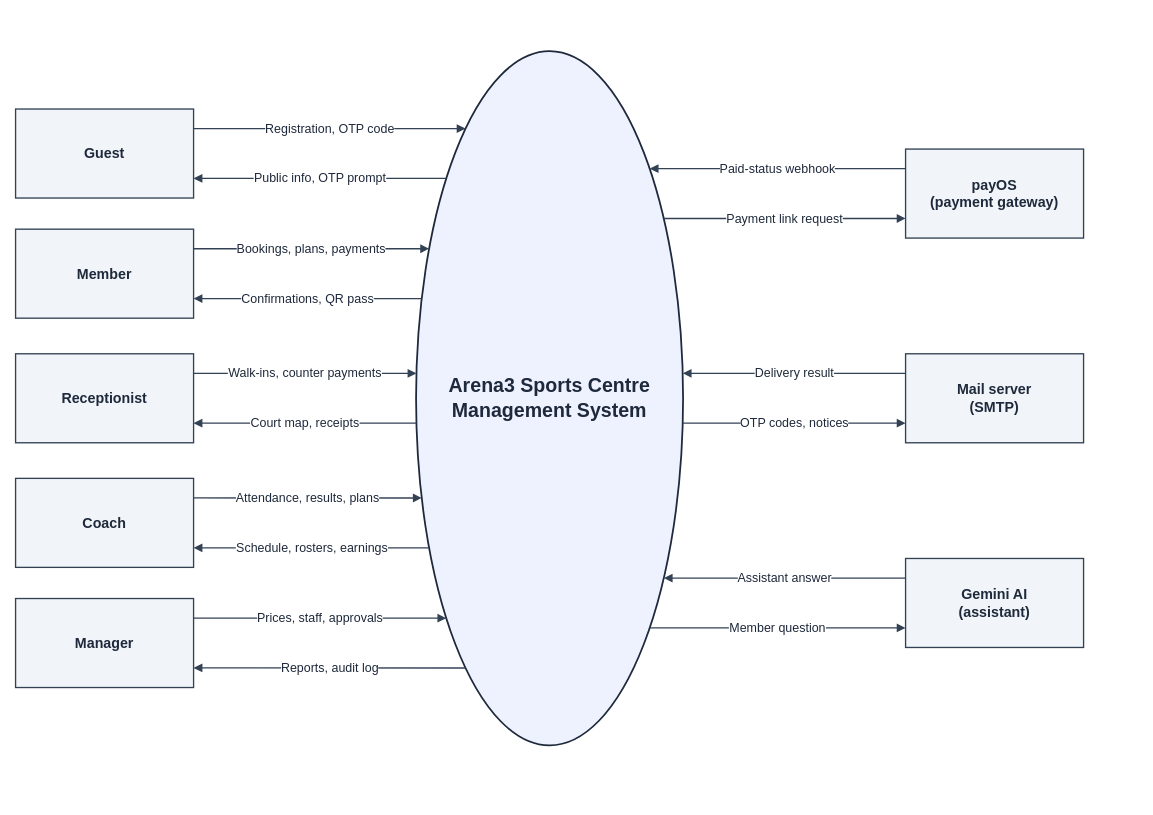
Above: docs/diagrams/srs/01-context-diagram.drawio in facingshootingstar/Arena3 (draw.io), before the change. Source tidied: cells renumbered, new cells numbered last; positions are measured from the earlier drawing's top-left corner, leaving out a move shared by most shapes. Both pictures are drawn from the tidied source at 89%, with x=0, y=0 at pixel (15, 51).
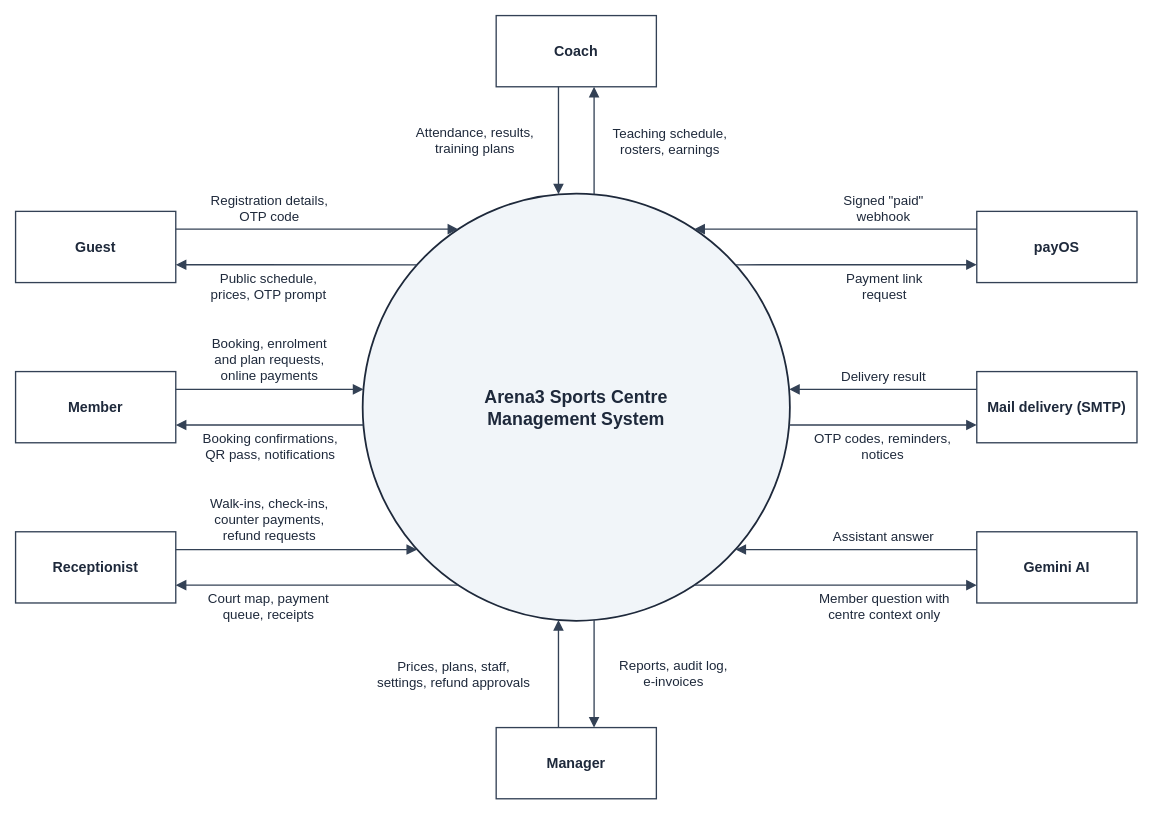
The same diagram, later.

Diff of the diagram source:
```diff
@@
-    <mxCell id="2" value="Arena3 Sports Centre&lt;br&gt;Management System" style="ellipse;whiteSpace=wrap;html=1;fillColor=#eef2ff;strokeColor=#1e293b;strokeWidth=2;fontFamily=Helvetica;fontSize=22;fontStyle=1;fontColor=#1e293b;" parent="1" vertex="1">
-      <mxGeometry x="450" width="300" height="780" as="geometry" />
+    <mxCell id="2" value="Arena3 Sports Centre&lt;br&gt;Management System" style="ellipse;whiteSpace=wrap;html=1;fillColor=#f1f5f9;strokeColor=#1e293b;strokeWidth=2;fontFamily=Helvetica;fontSize=20;fontStyle=1;fontColor=#1e293b;" parent="1" vertex="1">
+      <mxGeometry x="390" y="160" width="480" height="480" as="geometry" />
     </mxCell>
-    <mxCell id="3" value="Guest" style="rounded=0;whiteSpace=wrap;html=1;fillColor=#f1f5f9;strokeColor=#334155;strokeWidth=1.5;fontFamily=Helvetica;fontSize=16;fontStyle=1;fontColor=#1e293b;" parent="1" vertex="1">
-      <mxGeometry y="65" width="200" height="100" as="geometry" />
+    <mxCell id="3" value="Guest" style="rounded=0;whiteSpace=wrap;html=1;fillColor=#ffffff;strokeColor=#334155;strokeWidth=1.5;fontFamily=Helvetica;fontSize=16;fontStyle=1;fontColor=#1e293b;" parent="1" vertex="1">
+      <mxGeometry y="180" width="180" height="80" as="geometry" />
     </mxCell>
-    <mxCell id="4" value="Registration, OTP code" style="endArrow=block;endFill=1;html=1;rounded=0;edgeStyle=none;strokeColor=#334155;strokeWidth=1.5;fontFamily=Helvetica;fontSize=14;fontColor=#1e293b;labelBackgroundColor=#ffffff;exitX=1.0000;exitY=0.2200;exitDx=0;exitDy=0;exitPerimeter=0;entryX=0.1852;entryY=0.1115;entryDx=0;entryDy=0;entryPerimeter=0;" parent="1" edge="1" source="3" target="2">
-      <mxGeometry relative="1" as="geometry" />
+    <mxCell id="4" value="Registration details,&lt;br&gt;OTP code" style="endArrow=block;endFill=1;endSize=8;html=1;rounded=0;edgeStyle=none;strokeColor=#334155;strokeWidth=1.5;fontFamily=Helvetica;fontSize=15;fontColor=#1e293b;labelBackgroundColor=#ffffff;exitX=1.0000;exitY=0.2500;exitDx=0;exitDy=0;exitPerimeter=0;entryX=0.2236;entryY=0.0833;entryDx=0;entryDy=0;entryPerimeter=0;" parent="1" edge="1" source="3" target="2">
+      <mxGeometry relative="1" as="geometry">
+        <mxPoint x="-54" y="-24" as="offset" />
+      </mxGeometry>
     </mxCell>
-    <mxCell id="5" value="Public info, OTP prompt" style="endArrow=block;endFill=1;html=1;rounded=0;edgeStyle=none;strokeColor=#334155;strokeWidth=1.5;fontFamily=Helvetica;fontSize=14;fontColor=#1e293b;labelBackgroundColor=#ffffff;exitX=0.1131;exitY=0.1833;exitDx=0;exitDy=0;exitPerimeter=0;entryX=1.0000;entryY=0.7800;entryDx=0;entryDy=0;entryPerimeter=0;" parent="1" edge="1" source="2" target="3">
-      <mxGeometry relative="1" as="geometry" />
+    <mxCell id="5" value="Public schedule,&lt;br&gt;prices, OTP prompt" style="endArrow=block;endFill=1;endSize=8;html=1;rounded=0;edgeStyle=none;strokeColor=#334155;strokeWidth=1.5;fontFamily=Helvetica;fontSize=15;fontColor=#1e293b;labelBackgroundColor=#ffffff;exitX=0.1273;exitY=0.1667;exitDx=0;exitDy=0;exitPerimeter=0;entryX=1.0000;entryY=0.7500;entryDx=0;entryDy=0;entryPerimeter=0;" parent="1" edge="1" source="2" target="3">
+      <mxGeometry relative="1" as="geometry">
+        <mxPoint x="-31" y="24" as="offset" />
+      </mxGeometry>
     </mxCell>
-    <mxCell id="6" value="Member" style="rounded=0;whiteSpace=wrap;html=1;fillColor=#f1f5f9;strokeColor=#334155;strokeWidth=1.5;fontFamily=Helvetica;fontSize=16;fontStyle=1;fontColor=#1e293b;" parent="1" vertex="1">
-      <mxGeometry y="200" width="200" height="100" as="geometry" />
+    <mxCell id="6" value="Member" style="rounded=0;whiteSpace=wrap;html=1;fillColor=#ffffff;strokeColor=#334155;strokeWidth=1.5;fontFamily=Helvetica;fontSize=16;fontStyle=1;fontColor=#1e293b;" parent="1" vertex="1">
+      <mxGeometry y="360" width="180" height="80" as="geometry" />
     </mxCell>
-    <mxCell id="7" value="Bookings, plans, payments" style="endArrow=block;endFill=1;html=1;rounded=0;edgeStyle=none;strokeColor=#334155;strokeWidth=1.5;fontFamily=Helvetica;fontSize=14;fontColor=#1e293b;labelBackgroundColor=#ffffff;exitX=1.0000;exitY=0.2200;exitDx=0;exitDy=0;exitPerimeter=0;entryX=0.0488;entryY=0.2846;entryDx=0;entryDy=0;entryPerimeter=0;" parent="1" edge="1" source="6" target="2">
-      <mxGeometry relative="1" as="geometry" />
+    <mxCell id="7" value="Booking, enrolment&lt;br&gt;and plan requests,&lt;br&gt;online payments" style="endArrow=block;endFill=1;endSize=8;html=1;rounded=0;edgeStyle=none;strokeColor=#334155;strokeWidth=1.5;fontFamily=Helvetica;fontSize=15;fontColor=#1e293b;labelBackgroundColor=#ffffff;exitX=1.0000;exitY=0.2500;exitDx=0;exitDy=0;exitPerimeter=0;entryX=0.0017;entryY=0.4583;entryDx=0;entryDy=0;entryPerimeter=0;" parent="1" edge="1" source="6" target="2">
+      <mxGeometry relative="1" as="geometry">
+        <mxPoint y="-34" as="offset" />
+      </mxGeometry>
     </mxCell>
-    <mxCell id="8" value="Confirmations, QR pass" style="endArrow=block;endFill=1;html=1;rounded=0;edgeStyle=none;strokeColor=#334155;strokeWidth=1.5;fontFamily=Helvetica;fontSize=14;fontColor=#1e293b;labelBackgroundColor=#ffffff;exitX=0.0211;exitY=0.3564;exitDx=0;exitDy=0;exitPerimeter=0;entryX=1.0000;entryY=0.7800;entryDx=0;entryDy=0;entryPerimeter=0;" parent="1" edge="1" source="2" target="6">
-      <mxGeometry relative="1" as="geometry" />
+    <mxCell id="8" value="Booking confirmations,&lt;br&gt;QR pass, notifications" style="endArrow=block;endFill=1;endSize=8;html=1;rounded=0;edgeStyle=none;strokeColor=#334155;strokeWidth=1.5;fontFamily=Helvetica;fontSize=15;fontColor=#1e293b;labelBackgroundColor=#ffffff;exitX=0.0017;exitY=0.5417;exitDx=0;exitDy=0;exitPerimeter=0;entryX=1.0000;entryY=0.7500;entryDx=0;entryDy=0;entryPerimeter=0;" parent="1" edge="1" source="2" target="6">
+      <mxGeometry relative="1" as="geometry">
+        <mxPoint y="24" as="offset" />
+      </mxGeometry>
     </mxCell>
-    <mxCell id="9" value="Receptionist" style="rounded=0;whiteSpace=wrap;html=1;fillColor=#f1f5f9;strokeColor=#334155;strokeWidth=1.5;fontFamily=Helvetica;fontSize=16;fontStyle=1;fontColor=#1e293b;" parent="1" vertex="1">
-      <mxGeometry y="340" width="200" height="100" as="geometry" />
+    <mxCell id="9" value="Receptionist" style="rounded=0;whiteSpace=wrap;html=1;fillColor=#ffffff;strokeColor=#334155;strokeWidth=1.5;fontFamily=Helvetica;fontSize=16;fontStyle=1;fontColor=#1e293b;" parent="1" vertex="1">
+      <mxGeometry y="540" width="180" height="80" as="geometry" />
     </mxCell>
-    <mxCell id="10" value="Walk-ins, counter payments" style="endArrow=block;endFill=1;html=1;rounded=0;edgeStyle=none;strokeColor=#334155;strokeWidth=1.5;fontFamily=Helvetica;fontSize=14;fontColor=#1e293b;labelBackgroundColor=#ffffff;exitX=1.0000;exitY=0.2200;exitDx=0;exitDy=0;exitPerimeter=0;entryX=0.0013;entryY=0.4641;entryDx=0;entryDy=0;entryPerimeter=0;" parent="1" edge="1" source="9" target="2">
-      <mxGeometry relative="1" as="geometry" />
+    <mxCell id="10" value="Walk-ins, check-ins,&lt;br&gt;counter payments,&lt;br&gt;refund requests" style="endArrow=block;endFill=1;endSize=8;html=1;rounded=0;edgeStyle=none;strokeColor=#334155;strokeWidth=1.5;fontFamily=Helvetica;fontSize=15;fontColor=#1e293b;labelBackgroundColor=#ffffff;exitX=1.0000;exitY=0.2500;exitDx=0;exitDy=0;exitPerimeter=0;entryX=0.1273;entryY=0.8333;entryDx=0;entryDy=0;entryPerimeter=0;" parent="1" edge="1" source="9" target="2">
+      <mxGeometry relative="1" as="geometry">
+        <mxPoint x="-31" y="-34" as="offset" />
+      </mxGeometry>
     </mxCell>
-    <mxCell id="11" value="Court map, receipts" style="endArrow=block;endFill=1;html=1;rounded=0;edgeStyle=none;strokeColor=#334155;strokeWidth=1.5;fontFamily=Helvetica;fontSize=14;fontColor=#1e293b;labelBackgroundColor=#ffffff;exitX=0.0013;exitY=0.5359;exitDx=0;exitDy=0;exitPerimeter=0;entryX=1.0000;entryY=0.7800;entryDx=0;entryDy=0;entryPerimeter=0;" parent="1" edge="1" source="2" target="9">
-      <mxGeometry relative="1" as="geometry" />
+    <mxCell id="11" value="Court map, payment&lt;br&gt;queue, receipts" style="endArrow=block;endFill=1;endSize=8;html=1;rounded=0;edgeStyle=none;strokeColor=#334155;strokeWidth=1.5;fontFamily=Helvetica;fontSize=15;fontColor=#1e293b;labelBackgroundColor=#ffffff;exitX=0.2236;exitY=0.9167;exitDx=0;exitDy=0;exitPerimeter=0;entryX=1.0000;entryY=0.7500;entryDx=0;entryDy=0;entryPerimeter=0;" parent="1" edge="1" source="2" target="9">
+      <mxGeometry relative="1" as="geometry">
+        <mxPoint x="-54" y="24" as="offset" />
+      </mxGeometry>
     </mxCell>
-    <mxCell id="12" value="Coach" style="rounded=0;whiteSpace=wrap;html=1;fillColor=#f1f5f9;strokeColor=#334155;strokeWidth=1.5;fontFamily=Helvetica;fontSize=16;fontStyle=1;fontColor=#1e293b;" parent="1" vertex="1">
-      <mxGeometry y="480" width="200" height="100" as="geometry" />
+    <mxCell id="12" value="Coach" style="rounded=0;whiteSpace=wrap;html=1;fillColor=#ffffff;strokeColor=#334155;strokeWidth=1.5;fontFamily=Helvetica;fontSize=16;fontStyle=1;fontColor=#1e293b;" parent="1" vertex="1">
+      <mxGeometry x="540" y="-40" width="180" height="80" as="geometry" />
     </mxCell>
-    <mxCell id="13" value="Attendance, results, plans" style="endArrow=block;endFill=1;html=1;rounded=0;edgeStyle=none;strokeColor=#334155;strokeWidth=1.5;fontFamily=Helvetica;fontSize=14;fontColor=#1e293b;labelBackgroundColor=#ffffff;exitX=1.0000;exitY=0.2200;exitDx=0;exitDy=0;exitPerimeter=0;entryX=0.0211;entryY=0.6436;entryDx=0;entryDy=0;entryPerimeter=0;" parent="1" edge="1" source="12" target="2">
-      <mxGeometry relative="1" as="geometry" />
+    <mxCell id="13" value="Attendance, results,&lt;br&gt;training plans" style="endArrow=block;endFill=1;endSize=8;html=1;rounded=0;edgeStyle=none;strokeColor=#334155;strokeWidth=1.5;fontFamily=Helvetica;fontSize=15;fontColor=#1e293b;labelBackgroundColor=#ffffff;exitX=0.3889;exitY=1.0000;exitDx=0;exitDy=0;exitPerimeter=0;entryX=0.4583;entryY=0.0017;entryDx=0;entryDy=0;entryPerimeter=0;" parent="1" edge="1" source="12" target="2">
+      <mxGeometry relative="1" as="geometry">
+        <mxPoint x="-94" as="offset" />
+      </mxGeometry>
     </mxCell>
-    <mxCell id="14" value="Schedule, rosters, earnings" style="endArrow=block;endFill=1;html=1;rounded=0;edgeStyle=none;strokeColor=#334155;strokeWidth=1.5;fontFamily=Helvetica;fontSize=14;fontColor=#1e293b;labelBackgroundColor=#ffffff;exitX=0.0488;exitY=0.7154;exitDx=0;exitDy=0;exitPerimeter=0;entryX=1.0000;entryY=0.7800;entryDx=0;entryDy=0;entryPerimeter=0;" parent="1" edge="1" source="2" target="12">
-      <mxGeometry relative="1" as="geometry" />
+    <mxCell id="14" value="Teaching schedule,&lt;br&gt;rosters, earnings" style="endArrow=block;endFill=1;endSize=8;html=1;rounded=0;edgeStyle=none;strokeColor=#334155;strokeWidth=1.5;fontFamily=Helvetica;fontSize=15;fontColor=#1e293b;labelBackgroundColor=#ffffff;exitX=0.5417;exitY=0.0017;exitDx=0;exitDy=0;exitPerimeter=0;entryX=0.6111;entryY=1.0000;entryDx=0;entryDy=0;entryPerimeter=0;" parent="1" edge="1" source="2" target="12">
+      <mxGeometry relative="1" as="geometry">
+        <mxPoint x="85" as="offset" />
+      </mxGeometry>
     </mxCell>
-    <mxCell id="15" value="Manager" style="rounded=0;whiteSpace=wrap;html=1;fillColor=#f1f5f9;strokeColor=#334155;strokeWidth=1.5;fontFamily=Helvetica;fontSize=16;fontStyle=1;fontColor=#1e293b;" parent="1" vertex="1">
-      <mxGeometry y="615" width="200" height="100" as="geometry" />
+    <mxCell id="15" value="Manager" style="rounded=0;whiteSpace=wrap;html=1;fillColor=#ffffff;strokeColor=#334155;strokeWidth=1.5;fontFamily=Helvetica;fontSize=16;fontStyle=1;fontColor=#1e293b;" parent="1" vertex="1">
+      <mxGeometry x="540" y="760" width="180" height="80" as="geometry" />
     </mxCell>
-    <mxCell id="16" value="Prices, staff, approvals" style="endArrow=block;endFill=1;html=1;rounded=0;edgeStyle=none;strokeColor=#334155;strokeWidth=1.5;fontFamily=Helvetica;fontSize=14;fontColor=#1e293b;labelBackgroundColor=#ffffff;exitX=1.0000;exitY=0.2200;exitDx=0;exitDy=0;exitPerimeter=0;entryX=0.1131;entryY=0.8167;entryDx=0;entryDy=0;entryPerimeter=0;" parent="1" edge="1" source="15" target="2">
-      <mxGeometry relative="1" as="geometry" />
+    <mxCell id="16" value="Prices, plans, staff,&lt;br&gt;settings, refund approvals" style="endArrow=block;endFill=1;endSize=8;html=1;rounded=0;edgeStyle=none;strokeColor=#334155;strokeWidth=1.5;fontFamily=Helvetica;fontSize=15;fontColor=#1e293b;labelBackgroundColor=#ffffff;exitX=0.3889;exitY=0.0000;exitDx=0;exitDy=0;exitPerimeter=0;entryX=0.4583;entryY=0.9983;entryDx=0;entryDy=0;entryPerimeter=0;" parent="1" edge="1" source="15" target="2">
+      <mxGeometry relative="1" as="geometry">
+        <mxPoint x="-118" as="offset" />
+      </mxGeometry>
     </mxCell>
-    <mxCell id="17" value="Reports, audit log" style="endArrow=block;endFill=1;html=1;rounded=0;edgeStyle=none;strokeColor=#334155;strokeWidth=1.5;fontFamily=Helvetica;fontSize=14;fontColor=#1e293b;labelBackgroundColor=#ffffff;exitX=0.1852;exitY=0.8885;exitDx=0;exitDy=0;exitPerimeter=0;entryX=1.0000;entryY=0.7800;entryDx=0;entryDy=0;entryPerimeter=0;" parent="1" edge="1" source="2" target="15">
-      <mxGeometry relative="1" as="geometry" />
+    <mxCell id="17" value="Reports, audit log,&lt;br&gt;e-invoices" style="endArrow=block;endFill=1;endSize=8;html=1;rounded=0;edgeStyle=none;strokeColor=#334155;strokeWidth=1.5;fontFamily=Helvetica;fontSize=15;fontColor=#1e293b;labelBackgroundColor=#ffffff;exitX=0.5417;exitY=0.9983;exitDx=0;exitDy=0;exitPerimeter=0;entryX=0.6111;entryY=0.0000;entryDx=0;entryDy=0;entryPerimeter=0;" parent="1" edge="1" source="2" target="15">
+      <mxGeometry relative="1" as="geometry">
+        <mxPoint x="89" as="offset" />
+      </mxGeometry>
     </mxCell>
-    <mxCell id="18" value="payOS&lt;br&gt;(payment gateway)" style="rounded=0;whiteSpace=wrap;html=1;fillColor=#f1f5f9;strokeColor=#334155;strokeWidth=1.5;fontFamily=Helvetica;fontSize=16;fontStyle=1;fontColor=#1e293b;" parent="1" vertex="1">
-      <mxGeometry x="1000" y="110" width="200" height="100" as="geometry" />
+    <mxCell id="18" value="payOS" style="rounded=0;whiteSpace=wrap;html=1;fillColor=#ffffff;strokeColor=#334155;strokeWidth=1.5;fontFamily=Helvetica;fontSize=16;fontStyle=1;fontColor=#1e293b;" parent="1" vertex="1">
+      <mxGeometry x="1080" y="180" width="180" height="80" as="geometry" />
     </mxCell>
-    <mxCell id="19" value="Paid-status webhook" style="endArrow=block;endFill=1;html=1;rounded=0;edgeStyle=none;strokeColor=#334155;strokeWidth=1.5;fontFamily=Helvetica;fontSize=14;fontColor=#1e293b;labelBackgroundColor=#ffffff;exitX=0.0000;exitY=0.2200;exitDx=0;exitDy=0;exitPerimeter=0;entryX=0.8750;entryY=0.1692;entryDx=0;entryDy=0;entryPerimeter=0;" parent="1" edge="1" source="18" target="2">
-      <mxGeometry relative="1" as="geometry" />
+    <mxCell id="19" value="Signed &amp;quot;paid&amp;quot;&lt;br&gt;webhook" style="endArrow=block;endFill=1;endSize=8;html=1;rounded=0;edgeStyle=none;strokeColor=#334155;strokeWidth=1.5;fontFamily=Helvetica;fontSize=15;fontColor=#1e293b;labelBackgroundColor=#ffffff;exitX=0.0000;exitY=0.2500;exitDx=0;exitDy=0;exitPerimeter=0;entryX=0.7764;entryY=0.0833;entryDx=0;entryDy=0;entryPerimeter=0;" parent="1" edge="1" source="18" target="2">
+      <mxGeometry relative="1" as="geometry">
+        <mxPoint x="54" y="-24" as="offset" />
+      </mxGeometry>
     </mxCell>
-    <mxCell id="20" value="Payment link request" style="endArrow=block;endFill=1;html=1;rounded=0;edgeStyle=none;strokeColor=#334155;strokeWidth=1.5;fontFamily=Helvetica;fontSize=14;fontColor=#1e293b;labelBackgroundColor=#ffffff;exitX=0.9277;exitY=0.2410;exitDx=0;exitDy=0;exitPerimeter=0;entryX=0.0000;entryY=0.7800;entryDx=0;entryDy=0;entryPerimeter=0;" parent="1" edge="1" source="2" target="18">
-      <mxGeometry relative="1" as="geometry" />
+    <mxCell id="20" value="Payment link&lt;br&gt;request" style="endArrow=block;endFill=1;endSize=8;html=1;rounded=0;edgeStyle=none;strokeColor=#334155;strokeWidth=1.5;fontFamily=Helvetica;fontSize=15;fontColor=#1e293b;labelBackgroundColor=#ffffff;exitX=0.8727;exitY=0.1667;exitDx=0;exitDy=0;exitPerimeter=0;entryX=0.0000;entryY=0.7500;entryDx=0;entryDy=0;entryPerimeter=0;" parent="1" edge="1" source="2" target="18">
+      <mxGeometry relative="1" as="geometry">
+        <mxPoint x="31" y="24" as="offset" />
+      </mxGeometry>
     </mxCell>
-    <mxCell id="21" value="Mail server&lt;br&gt;(SMTP)" style="rounded=0;whiteSpace=wrap;html=1;fillColor=#f1f5f9;strokeColor=#334155;strokeWidth=1.5;fontFamily=Helvetica;fontSize=16;fontStyle=1;fontColor=#1e293b;" parent="1" vertex="1">
-      <mxGeometry x="1000" y="340" width="200" height="100" as="geometry" />
+    <mxCell id="21" value="Mail delivery (SMTP)" style="rounded=0;whiteSpace=wrap;html=1;fillColor=#ffffff;strokeColor=#334155;strokeWidth=1.5;fontFamily=Helvetica;fontSize=16;fontStyle=1;fontColor=#1e293b;" parent="1" vertex="1">
+      <mxGeometry x="1080" y="360" width="180" height="80" as="geometry" />
     </mxCell>
-    <mxCell id="22" value="Delivery result" style="endArrow=block;endFill=1;html=1;rounded=0;edgeStyle=none;strokeColor=#334155;strokeWidth=1.5;fontFamily=Helvetica;fontSize=14;fontColor=#1e293b;labelBackgroundColor=#ffffff;exitX=0.0000;exitY=0.2200;exitDx=0;exitDy=0;exitPerimeter=0;entryX=0.9987;entryY=0.4641;entryDx=0;entryDy=0;entryPerimeter=0;" parent="1" edge="1" source="21" target="2">
-      <mxGeometry relative="1" as="geometry" />
+    <mxCell id="22" value="Delivery result" style="endArrow=block;endFill=1;endSize=8;html=1;rounded=0;edgeStyle=none;strokeColor=#334155;strokeWidth=1.5;fontFamily=Helvetica;fontSize=15;fontColor=#1e293b;labelBackgroundColor=#ffffff;exitX=0.0000;exitY=0.2500;exitDx=0;exitDy=0;exitPerimeter=0;entryX=0.9983;entryY=0.4583;entryDx=0;entryDy=0;entryPerimeter=0;" parent="1" edge="1" source="21" target="2">
+      <mxGeometry relative="1" as="geometry">
+        <mxPoint y="-15" as="offset" />
+      </mxGeometry>
     </mxCell>
-    <mxCell id="23" value="OTP codes, notices" style="endArrow=block;endFill=1;html=1;rounded=0;edgeStyle=none;strokeColor=#334155;strokeWidth=1.5;fontFamily=Helvetica;fontSize=14;fontColor=#1e293b;labelBackgroundColor=#ffffff;exitX=0.9987;exitY=0.5359;exitDx=0;exitDy=0;exitPerimeter=0;entryX=0.0000;entryY=0.7800;entryDx=0;entryDy=0;entryPerimeter=0;" parent="1" edge="1" source="2" target="21">
-      <mxGeometry relative="1" as="geometry" />
+    <mxCell id="23" value="OTP codes, reminders,&lt;br&gt;notices" style="endArrow=block;endFill=1;endSize=8;html=1;rounded=0;edgeStyle=none;strokeColor=#334155;strokeWidth=1.5;fontFamily=Helvetica;fontSize=15;fontColor=#1e293b;labelBackgroundColor=#ffffff;exitX=0.9983;exitY=0.5417;exitDx=0;exitDy=0;exitPerimeter=0;entryX=0.0000;entryY=0.7500;entryDx=0;entryDy=0;entryPerimeter=0;" parent="1" edge="1" source="2" target="21">
+      <mxGeometry relative="1" as="geometry">
+        <mxPoint y="24" as="offset" />
+      </mxGeometry>
     </mxCell>
-    <mxCell id="24" value="Gemini AI&lt;br&gt;(assistant)" style="rounded=0;whiteSpace=wrap;html=1;fillColor=#f1f5f9;strokeColor=#334155;strokeWidth=1.5;fontFamily=Helvetica;fontSize=16;fontStyle=1;fontColor=#1e293b;" parent="1" vertex="1">
-      <mxGeometry x="1000" y="570" width="200" height="100" as="geometry" />
+    <mxCell id="24" value="Gemini AI" style="rounded=0;whiteSpace=wrap;html=1;fillColor=#ffffff;strokeColor=#334155;strokeWidth=1.5;fontFamily=Helvetica;fontSize=16;fontStyle=1;fontColor=#1e293b;" parent="1" vertex="1">
+      <mxGeometry x="1080" y="540" width="180" height="80" as="geometry" />
     </mxCell>
-    <mxCell id="25" value="Assistant answer" style="endArrow=block;endFill=1;html=1;rounded=0;edgeStyle=none;strokeColor=#334155;strokeWidth=1.5;fontFamily=Helvetica;fontSize=14;fontColor=#1e293b;labelBackgroundColor=#ffffff;exitX=0.0000;exitY=0.2200;exitDx=0;exitDy=0;exitPerimeter=0;entryX=0.9277;entryY=0.7590;entryDx=0;entryDy=0;entryPerimeter=0;" parent="1" edge="1" source="24" target="2">
-      <mxGeometry relative="1" as="geometry" />
+    <mxCell id="25" value="Assistant answer" style="endArrow=block;endFill=1;endSize=8;html=1;rounded=0;edgeStyle=none;strokeColor=#334155;strokeWidth=1.5;fontFamily=Helvetica;fontSize=15;fontColor=#1e293b;labelBackgroundColor=#ffffff;exitX=0.0000;exitY=0.2500;exitDx=0;exitDy=0;exitPerimeter=0;entryX=0.8727;entryY=0.8333;entryDx=0;entryDy=0;entryPerimeter=0;" parent="1" edge="1" source="24" target="2">
+      <mxGeometry relative="1" as="geometry">
+        <mxPoint x="31" y="-15" as="offset" />
+      </mxGeometry>
     </mxCell>
-    <mxCell id="26" value="Member question" style="endArrow=block;endFill=1;html=1;rounded=0;edgeStyle=none;strokeColor=#334155;strokeWidth=1.5;fontFamily=Helvetica;fontSize=14;fontColor=#1e293b;labelBackgroundColor=#ffffff;exitX=0.8750;exitY=0.8308;exitDx=0;exitDy=0;exitPerimeter=0;entryX=0.0000;entryY=0.7800;entryDx=0;entryDy=0;entryPerimeter=0;" parent="1" edge="1" source="2" target="24">
-      <mxGeometry relative="1" as="geometry" />
+    <mxCell id="26" value="Member question with&lt;br&gt;centre context only" style="endArrow=block;endFill=1;endSize=8;html=1;rounded=0;edgeStyle=none;strokeColor=#334155;strokeWidth=1.5;fontFamily=Helvetica;fontSize=15;fontColor=#1e293b;labelBackgroundColor=#ffffff;exitX=0.7764;exitY=0.9167;exitDx=0;exitDy=0;exitPerimeter=0;entryX=0.0000;entryY=0.7500;entryDx=0;entryDy=0;entryPerimeter=0;" parent="1" edge="1" source="2" target="24">
+      <mxGeometry relative="1" as="geometry">
+        <mxPoint x="54" y="24" as="offset" />
+      </mxGeometry>
     </mxCell>
```
